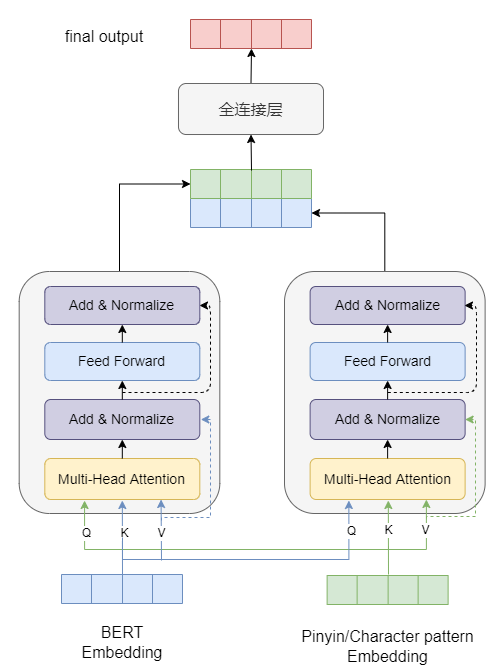
Earlier version of the draw.io export Cross-Transformer.png (AdamFocus/draw). Source tidied: cells renumbered, new cells last; positions are measured from the earlier drawing's top-left corner, leaving out a move shared by most shapes.
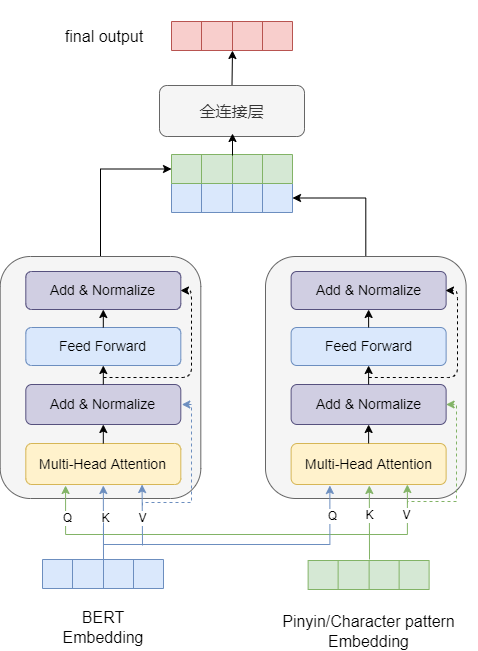
The same diagram one commit later.

Change to the diagram source:
```diff
@@ -232,7 +232,7 @@
       <mxGeometry relative="1" as="geometry" />
     </mxCell>
     <mxCell id="59" value="&lt;font style=&quot;font-size: 16px;&quot;&gt;全连接层&lt;/font&gt;" style="rounded=1;whiteSpace=wrap;html=1;fillColor=#f5f5f5;strokeColor=#666666;fontColor=#333333;" parent="1" vertex="1">
-      <mxGeometry x="178" y="83" width="145" height="51" as="geometry" />
+      <mxGeometry x="178" y="100" width="145" height="51" as="geometry" />
     </mxCell>
     <mxCell id="60" style="endArrow=classic;html=1;rounded=0;fontSize=20;entryX=1;entryY=0.5;entryDx=0;entryDy=0;edgeStyle=orthogonalEdgeStyle;dashed=1;fillColor=#dae8fc;strokeColor=#6c8ebf;" parent="1" edge="1">
       <mxGeometry relative="1" as="geometry">
@@ -246,7 +246,7 @@
       </mxGeometry>
     </mxCell>
     <mxCell id="61" style="shape=table;html=1;whiteSpace=wrap;startSize=0;fillColor=#f8cecc;strokeColor=#b85450;" parent="1" vertex="1">
-      <mxGeometry x="190" y="19" width="121" height="29" as="geometry" />
+      <mxGeometry x="190" y="36" width="121" height="29" as="geometry" />
     </mxCell>
     <mxCell id="62" style="shape=tableRow;horizontal=0;startSize=0;swimlaneHead=0;swimlaneBody=0;top=0;left=0;bottom=0;right=0;fillColor=none;points=[[0,0.5],[1,0.5]];portConstraint=eastwest;" parent="61" vertex="1">
       <mxGeometry width="121" height="29" as="geometry" />
@@ -264,12 +264,12 @@
       <mxGeometry x="91" width="30" height="29" as="geometry" />
     </mxCell>
     <mxCell id="67" value="&lt;font style=&quot;font-size: 16px;&quot;&gt;final output&lt;/font&gt;" style="text;html=1;strokeColor=none;fillColor=none;align=center;verticalAlign=middle;whiteSpace=wrap;rounded=0;fontSize=20;" parent="1" vertex="1">
-      <mxGeometry width="208" height="67" as="geometry" />
+      <mxGeometry x="18.7" y="15" width="208" height="67" as="geometry" />
     </mxCell>
-    <mxCell id="68" style="endArrow=classic;html=1;rounded=0;entryX=0.5;entryY=1;entryDx=0;entryDy=0;" parent="1" edge="1">
+    <mxCell id="68" style="endArrow=classic;html=1;rounded=0;" parent="1" edge="1">
       <mxGeometry relative="1" as="geometry">
         <mxPoint x="251" y="170" as="sourcePoint" />
-        <mxPoint x="250.5" y="134" as="targetPoint" />
+        <mxPoint x="251" y="148" as="targetPoint" />
       </mxGeometry>
     </mxCell>
   </root>
```
